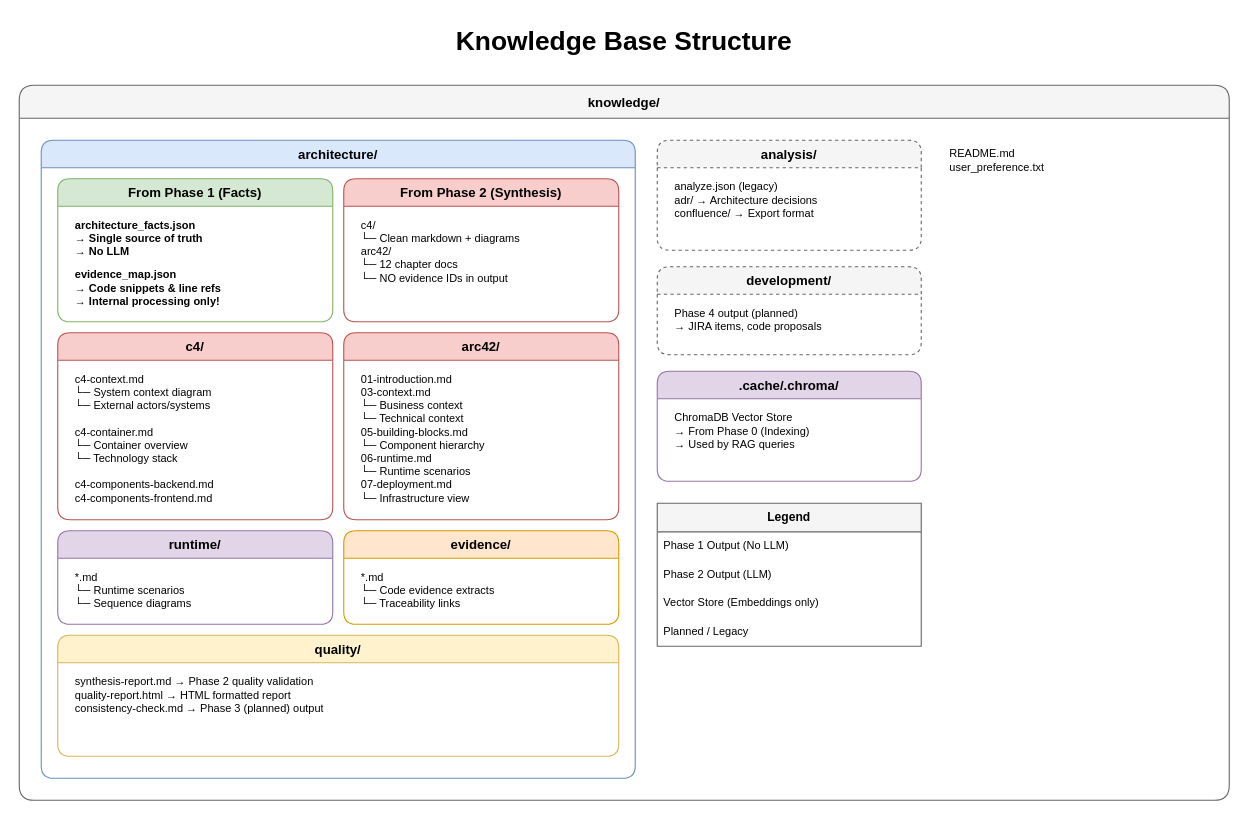
Before: docs/diagrams/knowledge-structure.drawio in aymenmastouri/aicodegencrew, a draw.io diagram. Source tidied: cells renumbered, new cells numbered last; positions are measured from the earlier drawing's top-left corner, leaving out a move shared by most shapes. Both pictures are drawn from the tidied source at 110%, with x=0, y=0 at pixel (19, 19).
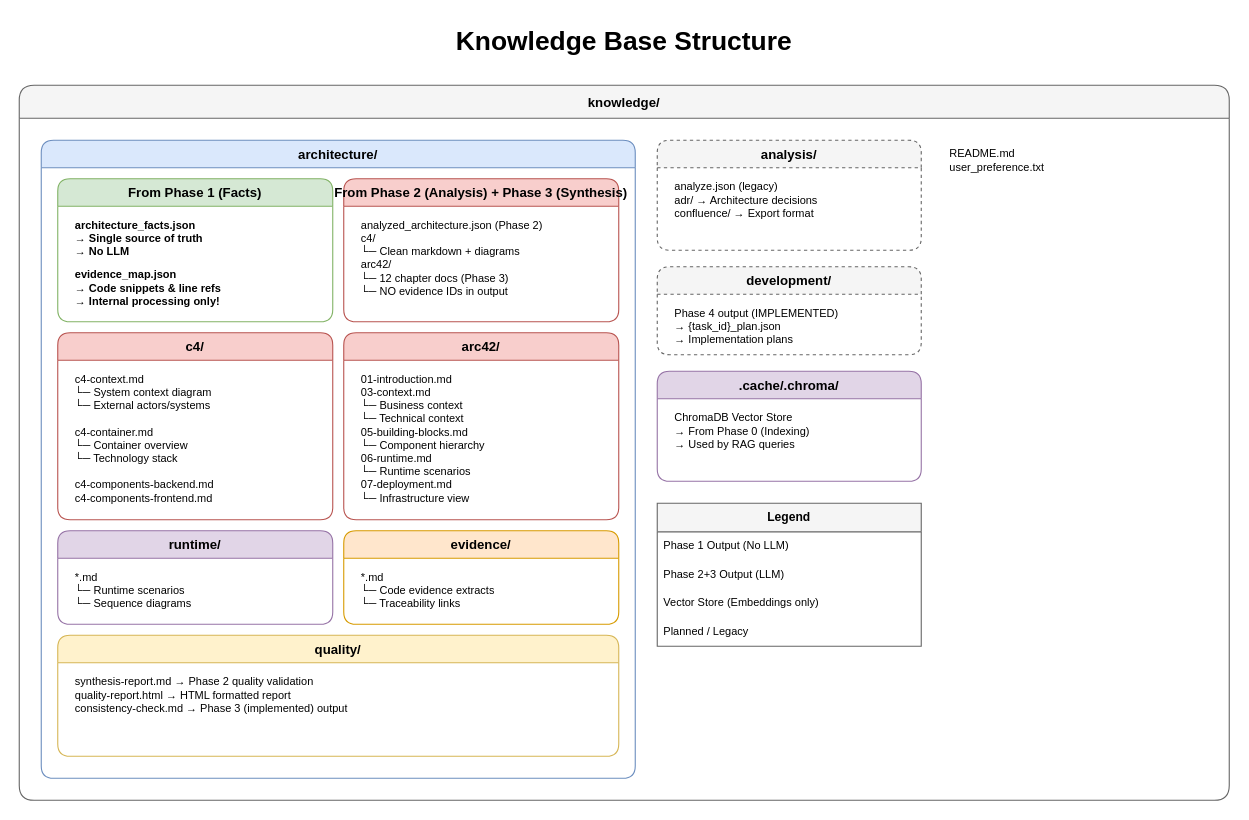
Above is the later version.

Unchanged cells that the change refers to:
```xml
<mxCell id="4" value="architecture/" style="swimlane;horizontal=1;startSize=25;fillColor=#dae8fc;strokeColor=#6c8ebf;rounded=1;fontStyle=1;" parent="3" vertex="1">
  <mxGeometry x="20" y="50" width="540" height="580" as="geometry" />
</mxCell>
<mxCell id="18" value="quality/" style="swimlane;horizontal=1;startSize=25;fillColor=#fff2cc;strokeColor=#d6b656;rounded=1;" parent="4" vertex="1">
  <mxGeometry x="15" y="450" width="510" height="110" as="geometry" />
</mxCell>
<mxCell id="22" value="development/" style="swimlane;horizontal=1;startSize=25;fillColor=#f5f5f5;strokeColor=#666666;rounded=1;dashed=1;" parent="3" vertex="1">
  <mxGeometry x="580" y="165" width="240" height="80" as="geometry" />
</mxCell>
<mxCell id="27" value="Legend" style="swimlane;fontStyle=1;align=center;verticalAlign=top;horizontal=1;startSize=26;fillColor=#f5f5f5;strokeColor=#666666;fontSize=11;" parent="3" vertex="1">
  <mxGeometry x="580" y="380" width="240" height="130" as="geometry" />
</mxCell>
```

The edit, as a diff of the source:
```diff
@@
-    <mxCell id="8" value="From Phase 2 (Synthesis)" style="swimlane;horizontal=1;startSize=25;fillColor=#f8cecc;strokeColor=#b85450;rounded=1;" parent="4" vertex="1">
+    <mxCell id="8" value="From Phase 2 (Analysis) + Phase 3 (Synthesis)" style="swimlane;horizontal=1;startSize=25;fillColor=#f8cecc;strokeColor=#b85450;rounded=1;" parent="4" vertex="1">
       <mxGeometry x="275" y="35" width="250" height="130" as="geometry" />
     </mxCell>
-    <mxCell id="9" value="c4/&#10;   └─ Clean markdown + diagrams&#10;arc42/&#10;   └─ 12 chapter docs&#10;   └─ NO evidence IDs in output" style="text;html=1;strokeColor=none;fillColor=none;align=left;verticalAlign=top;spacingLeft=4;spacingRight=4;overflow=hidden;fontSize=10;" parent="8" vertex="1">
+    <mxCell id="9" value="analyzed_architecture.json (Phase 2)&#10;c4/&#10;   └─ Clean markdown + diagrams&#10;arc42/&#10;   └─ 12 chapter docs (Phase 3)&#10;   └─ NO evidence IDs in output" style="text;html=1;strokeColor=none;fillColor=none;align=left;verticalAlign=top;spacingLeft=4;spacingRight=4;overflow=hidden;fontSize=10;" parent="8" vertex="1">
       <mxGeometry x="10" y="30" width="230" height="90" as="geometry" />
     </mxCell>
@@
-    <mxCell id="19" value="synthesis-report.md       → Phase 2 quality validation&#10;quality-report.html       → HTML formatted report&#10;consistency-check.md      → Phase 3 (planned) output" style="text;html=1;strokeColor=none;fillColor=none;align=left;verticalAlign=top;spacingLeft=4;spacingRight=4;overflow=hidden;fontSize=10;" parent="18" vertex="1">
+    <mxCell id="19" value="synthesis-report.md       → Phase 2 quality validation&#10;quality-report.html       → HTML formatted report&#10;consistency-check.md      → Phase 3 (implemented) output" style="text;html=1;strokeColor=none;fillColor=none;align=left;verticalAlign=top;spacingLeft=4;spacingRight=4;overflow=hidden;fontSize=10;" parent="18" vertex="1">
       <mxGeometry x="10" y="30" width="490" height="70" as="geometry" />
     </mxCell>
@@
-    <mxCell id="23" value="Phase 4 output (planned)&#10;   → JIRA items, code proposals" style="text;html=1;strokeColor=none;fillColor=none;align=left;verticalAlign=top;spacingLeft=4;spacingRight=4;overflow=hidden;fontSize=10;" parent="22" vertex="1">
+    <mxCell id="23" value="Phase 4 output (IMPLEMENTED)&#10;   → {task_id}_plan.json&#10;   → Implementation plans" style="text;html=1;strokeColor=none;fillColor=none;align=left;verticalAlign=top;spacingLeft=4;spacingRight=4;overflow=hidden;fontSize=10;" parent="22" vertex="1">
       <mxGeometry x="10" y="30" width="220" height="45" as="geometry" />
     </mxCell>
@@
-    <mxCell id="29" value="Phase 2 Output (LLM)" style="text;strokeColor=none;fillColor=none;align=left;verticalAlign=top;spacingLeft=4;spacingRight=4;overflow=hidden;fontSize=10;" parent="27" vertex="1">
+    <mxCell id="29" value="Phase 2+3 Output (LLM)" style="text;strokeColor=none;fillColor=none;align=left;verticalAlign=top;spacingLeft=4;spacingRight=4;overflow=hidden;fontSize=10;" parent="27" vertex="1">
       <mxGeometry y="52" width="240" height="26" as="geometry" />
     </mxCell>
```
